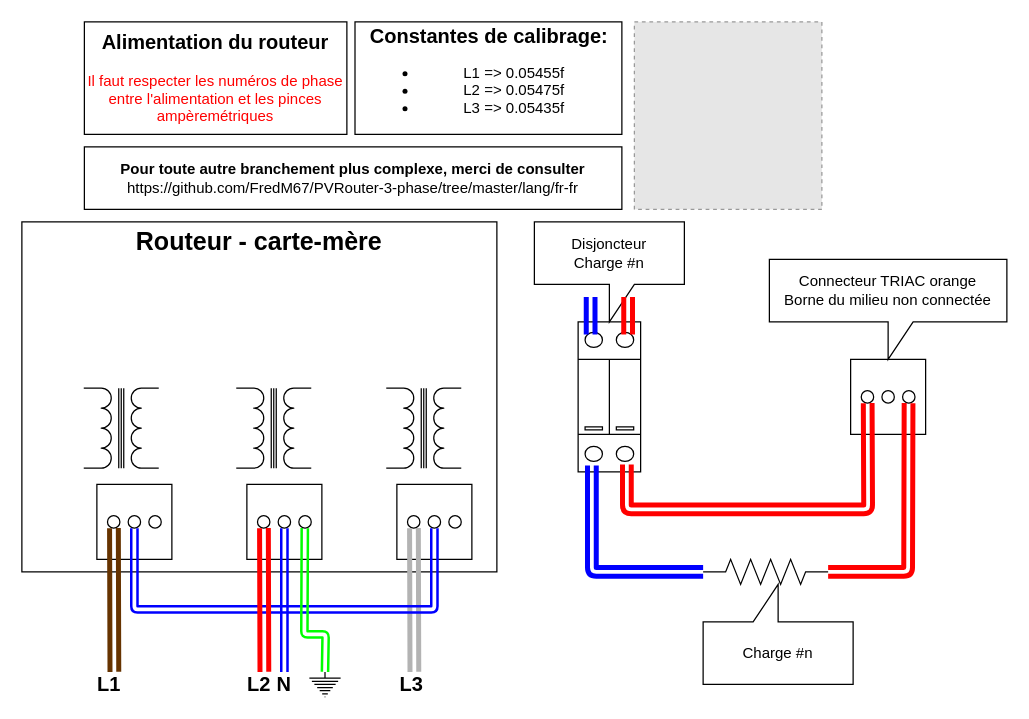
This is docs/HowToInstall.drawio from FredM67/PVRouter-3-phase, a draw.io file, before an edit. Source tidied: cells renumbered, new cells numbered last; positions are measured from the earlier drawing's top-left corner, leaving out a move shared by most shapes. Both pictures are drawn from the tidied source at 125%, with x=0, y=0 at pixel (21, 21). Pictures stored in the file or linked from it are replaced by grey dashed boxes.
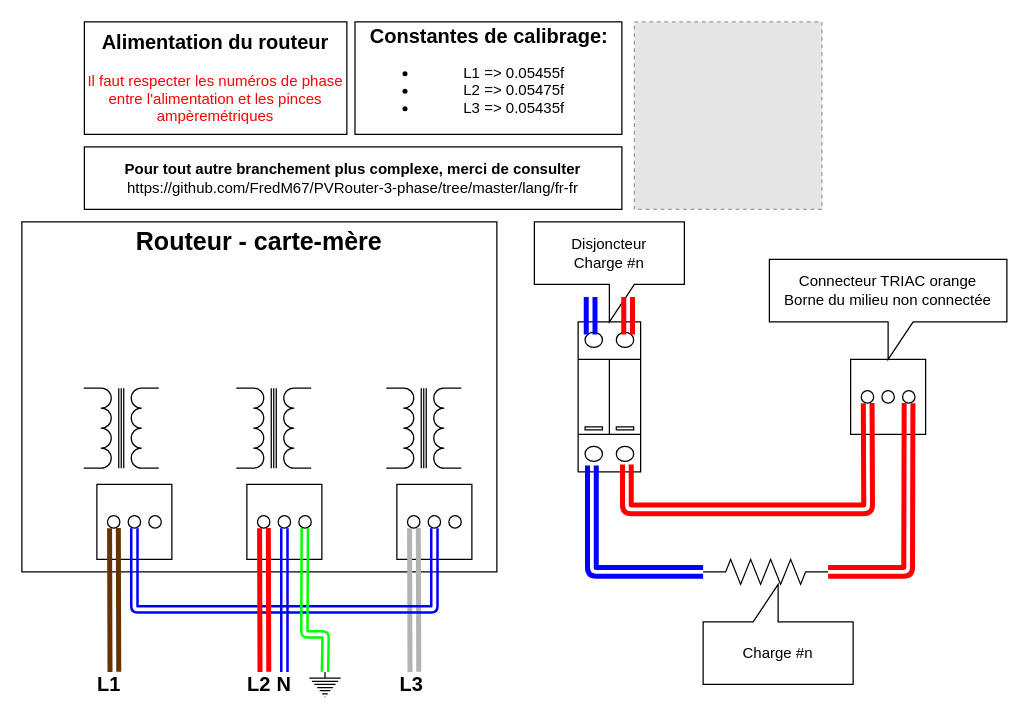
After the change.

Diff of the diagram source:
```diff
@@
-    <mxCell id="4" value="&lt;b style=&quot;font-size: 12px&quot;&gt;Pour toute autre branchement plus complexe, merci de consulter&lt;br&gt;&lt;/b&gt;https://github.com/FredM67/PVRouter-3-phase/tree/master/lang/fr-fr&lt;b style=&quot;font-size: 12px&quot;&gt;&lt;br&gt;&lt;/b&gt;" style="rounded=0;whiteSpace=wrap;html=1;" parent="1" vertex="1">
+    <mxCell id="4" value="&lt;b style=&quot;font-size: 12px&quot;&gt;Pour tout autre branchement plus complexe, merci de consulter&lt;br&gt;&lt;/b&gt;https://github.com/FredM67/PVRouter-3-phase/tree/master/lang/fr-fr&lt;b style=&quot;font-size: 12px&quot;&gt;&lt;br&gt;&lt;/b&gt;" style="rounded=0;whiteSpace=wrap;html=1;" parent="1" vertex="1">
       <mxGeometry x="50" y="100" width="430" height="50" as="geometry" />
     </mxCell>
```
